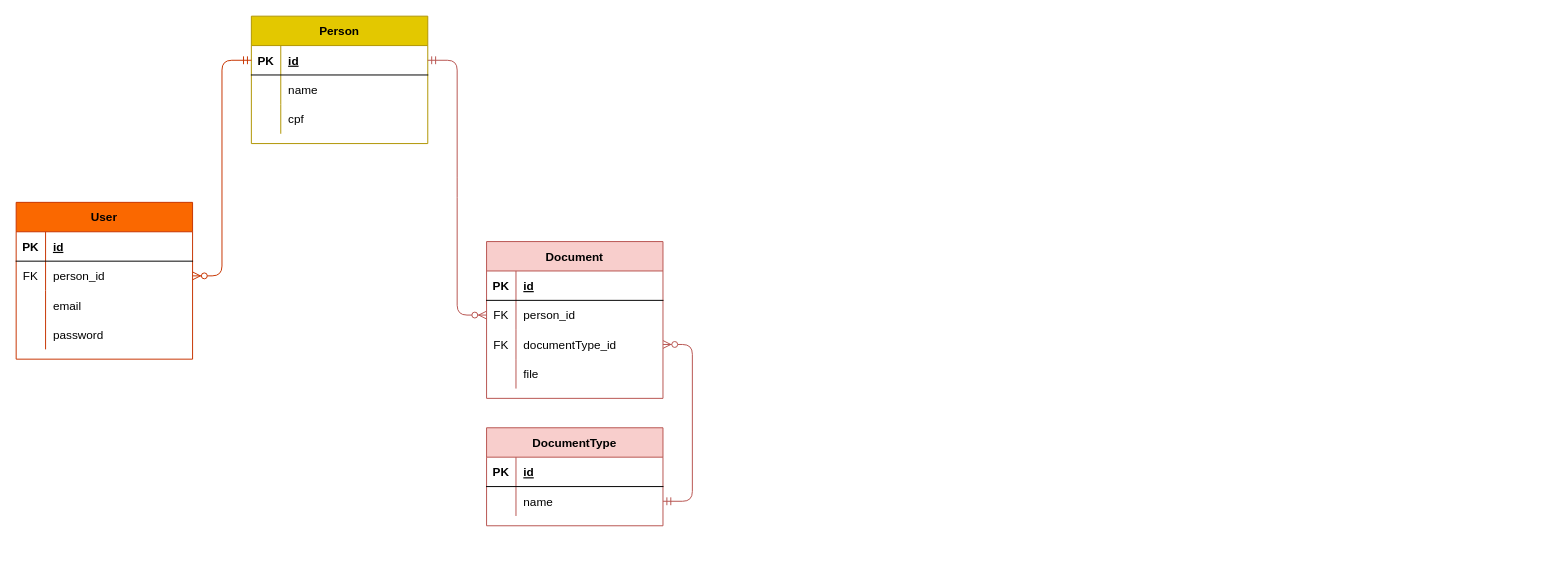
Earlier version of the draw.io diagram page "Geral" (1 of 2) of docs/ModelosER.drawio (annecchini/my-sead-geco). Source tidied: cells renumbered, new cells numbered last; positions are measured from the earlier drawing's top-left corner, leaving out a move shared by most shapes. Both pictures are drawn from the tidied source at 98%, with x=0, y=0 at pixel (16, 16).
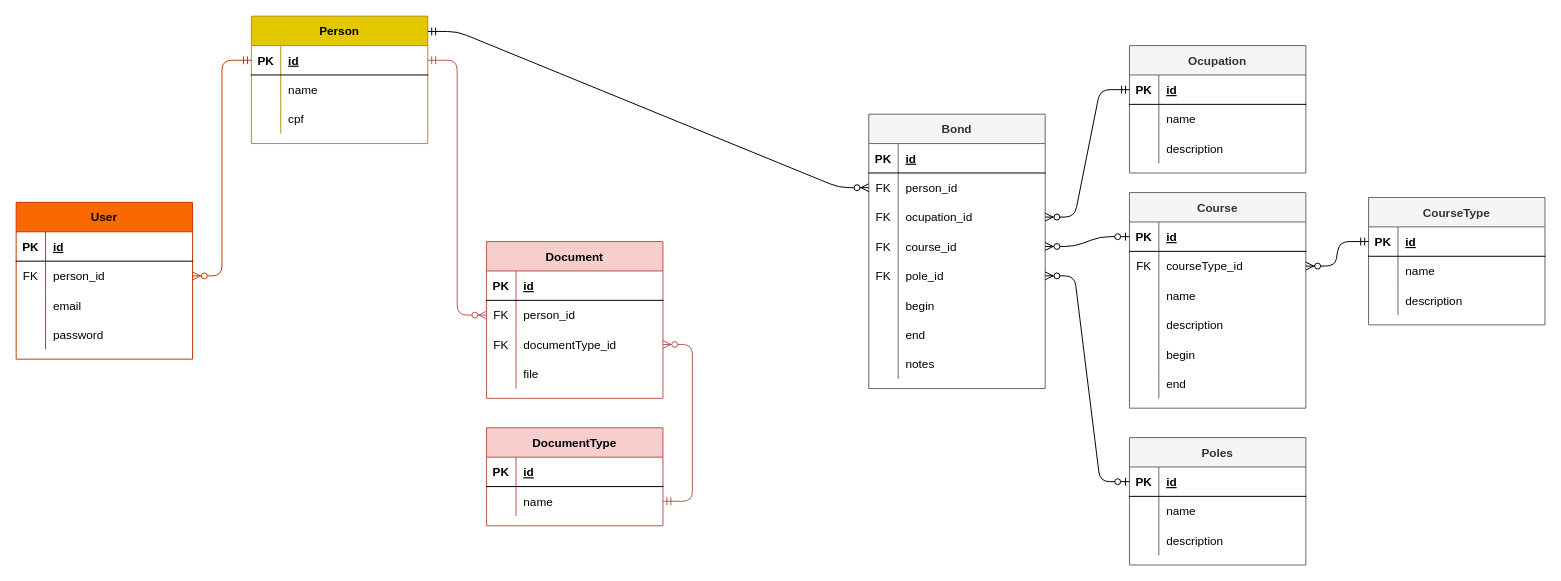
The same page after the edit.

The change refers to these unchanged cells:
```xml
<mxCell id="2" value="Person" style="shape=table;startSize=30;childLayout=tableLayout;rowLines=0;fontStyle=1;align=center;fillColor=#e3c800;strokeColor=#B09500;fontColor=#000000;" parent="1" vertex="1">
  <mxGeometry x="240" width="180" height="130" as="geometry" />
</mxCell>
```

Diff of the diagram source:
```diff
@@
+    <mxCell id="48" value="Bond" style="shape=table;startSize=30;childLayout=tableLayout;rowLines=0;fontStyle=1;align=center;fillColor=#f5f5f5;strokeColor=#666666;fontColor=#333333;" parent="1" vertex="1">
+      <mxGeometry x="870" y="100" width="180" height="280" as="geometry" />
+    </mxCell>
+    <mxCell id="49" style="shape=partialRectangle;fillColor=none;top=0;left=0;bottom=1;right=0;" parent="48" vertex="1">
+      <mxGeometry y="30" width="180" height="30" as="geometry" />
+    </mxCell>
+    <mxCell id="50" value="PK" style="shape=partialRectangle;fillColor=none;top=0;left=0;bottom=0;right=0;fontStyle=1;overflow=hidden;" parent="49" vertex="1">
+      <mxGeometry width="30" height="30" as="geometry" />
+    </mxCell>
+    <mxCell id="51" value="id" style="shape=partialRectangle;fillColor=none;top=0;left=0;bottom=0;right=0;align=left;spacingLeft=6;fontStyle=5;overflow=hidden;" parent="49" vertex="1">
+      <mxGeometry x="30" width="150" height="30" as="geometry" />
+    </mxCell>
+    <mxCell id="52" style="shape=partialRectangle;fillColor=none;top=0;left=0;bottom=0;right=0;points=[[0,0.5],[1,0.5]];portConstraint=eastwest;" parent="48" vertex="1">
+      <mxGeometry y="60" width="180" height="30" as="geometry" />
+    </mxCell>
+    <mxCell id="53" value="FK" style="shape=partialRectangle;fillColor=none;top=0;left=0;bottom=0;right=0;overflow=hidden;" parent="52" vertex="1">
+      <mxGeometry width="30" height="30" as="geometry" />
+    </mxCell>
+    <mxCell id="54" value="person_id" style="shape=partialRectangle;fillColor=none;top=0;left=0;bottom=0;right=0;align=left;spacingLeft=6;overflow=hidden;" parent="52" vertex="1">
+      <mxGeometry x="30" width="150" height="30" as="geometry" />
+    </mxCell>
+    <mxCell id="55" style="shape=partialRectangle;fillColor=none;top=0;left=0;bottom=0;right=0;points=[[0,0.5],[1,0.5]];portConstraint=eastwest;" parent="48" vertex="1">
+      <mxGeometry y="90" width="180" height="30" as="geometry" />
+    </mxCell>
+    <mxCell id="56" value="FK" style="shape=partialRectangle;fillColor=none;top=0;left=0;bottom=0;right=0;overflow=hidden;" parent="55" vertex="1">
+      <mxGeometry width="30" height="30" as="geometry" />
+    </mxCell>
+    <mxCell id="57" value="ocupation_id" style="shape=partialRectangle;fillColor=none;top=0;left=0;bottom=0;right=0;align=left;spacingLeft=6;overflow=hidden;" parent="55" vertex="1">
+      <mxGeometry x="30" width="150" height="30" as="geometry" />
+    </mxCell>
+    <mxCell id="58" style="shape=partialRectangle;fillColor=none;top=0;left=0;bottom=0;right=0;points=[[0,0.5],[1,0.5]];portConstraint=eastwest;" parent="48" vertex="1">
+      <mxGeometry y="120" width="180" height="30" as="geometry" />
+    </mxCell>
+    <mxCell id="59" value="FK" style="shape=partialRectangle;fillColor=none;top=0;left=0;bottom=0;right=0;overflow=hidden;" parent="58" vertex="1">
+      <mxGeometry width="30" height="30" as="geometry" />
+    </mxCell>
+    <mxCell id="60" value="course_id" style="shape=partialRectangle;fillColor=none;top=0;left=0;bottom=0;right=0;align=left;spacingLeft=6;overflow=hidden;" parent="58" vertex="1">
+      <mxGeometry x="30" width="150" height="30" as="geometry" />
+    </mxCell>
+    <mxCell id="61" style="shape=partialRectangle;fillColor=none;top=0;left=0;bottom=0;right=0;points=[[0,0.5],[1,0.5]];portConstraint=eastwest;" parent="48" vertex="1">
+      <mxGeometry y="150" width="180" height="30" as="geometry" />
+    </mxCell>
+    <mxCell id="62" value="FK" style="shape=partialRectangle;fillColor=none;top=0;left=0;bottom=0;right=0;overflow=hidden;" parent="61" vertex="1">
+      <mxGeometry width="30" height="30" as="geometry" />
+    </mxCell>
+    <mxCell id="63" value="pole_id" style="shape=partialRectangle;fillColor=none;top=0;left=0;bottom=0;right=0;align=left;spacingLeft=6;overflow=hidden;" parent="61" vertex="1">
+      <mxGeometry x="30" width="150" height="30" as="geometry" />
+    </mxCell>
+    <mxCell id="64" style="shape=partialRectangle;fillColor=none;top=0;left=0;bottom=0;right=0;" parent="48" vertex="1">
+      <mxGeometry y="180" width="180" height="30" as="geometry" />
+    </mxCell>
+    <mxCell id="65" style="shape=partialRectangle;fillColor=none;top=0;left=0;bottom=0;right=0;overflow=hidden;" parent="64" vertex="1">
+      <mxGeometry width="30" height="30" as="geometry" />
+    </mxCell>
+    <mxCell id="66" value="begin" style="shape=partialRectangle;fillColor=none;top=0;left=0;bottom=0;right=0;align=left;spacingLeft=6;overflow=hidden;" parent="64" vertex="1">
+      <mxGeometry x="30" width="150" height="30" as="geometry" />
+    </mxCell>
+    <mxCell id="67" style="shape=partialRectangle;fillColor=none;top=0;left=0;bottom=0;right=0;" parent="48" vertex="1">
+      <mxGeometry y="210" width="180" height="30" as="geometry" />
+    </mxCell>
+    <mxCell id="68" style="shape=partialRectangle;fillColor=none;top=0;left=0;bottom=0;right=0;overflow=hidden;" parent="67" vertex="1">
+      <mxGeometry width="30" height="30" as="geometry" />
+    </mxCell>
+    <mxCell id="69" value="end" style="shape=partialRectangle;fillColor=none;top=0;left=0;bottom=0;right=0;align=left;spacingLeft=6;overflow=hidden;" parent="67" vertex="1">
+      <mxGeometry x="30" width="150" height="30" as="geometry" />
+    </mxCell>
+    <mxCell id="70" style="shape=partialRectangle;fillColor=none;top=0;left=0;bottom=0;right=0;" parent="48" vertex="1">
+      <mxGeometry y="240" width="180" height="30" as="geometry" />
+    </mxCell>
+    <mxCell id="71" style="shape=partialRectangle;fillColor=none;top=0;left=0;bottom=0;right=0;overflow=hidden;" parent="70" vertex="1">
+      <mxGeometry width="30" height="30" as="geometry" />
+    </mxCell>
+    <mxCell id="72" value="notes" style="shape=partialRectangle;fillColor=none;top=0;left=0;bottom=0;right=0;align=left;spacingLeft=6;overflow=hidden;" parent="70" vertex="1">
+      <mxGeometry x="30" width="150" height="30" as="geometry" />
+    </mxCell>
+    <mxCell id="73" value="Ocupation" style="shape=table;startSize=30;childLayout=tableLayout;rowLines=0;fontStyle=1;align=center;fillColor=#f5f5f5;strokeColor=#666666;fontColor=#333333;" parent="1" vertex="1">
+      <mxGeometry x="1136" y="30" width="180" height="130" as="geometry" />
+    </mxCell>
+    <mxCell id="74" style="shape=partialRectangle;fillColor=none;top=0;left=0;bottom=1;right=0;points=[[0,0.5],[1,0.5]];portConstraint=eastwest;" parent="73" vertex="1">
+      <mxGeometry y="30" width="180" height="30" as="geometry" />
+    </mxCell>
+    <mxCell id="75" value="PK" style="shape=partialRectangle;fillColor=none;top=0;left=0;bottom=0;right=0;fontStyle=1;overflow=hidden;" parent="74" vertex="1">
+      <mxGeometry width="30" height="30" as="geometry" />
+    </mxCell>
+    <mxCell id="76" value="id" style="shape=partialRectangle;fillColor=none;top=0;left=0;bottom=0;right=0;align=left;spacingLeft=6;fontStyle=5;overflow=hidden;" parent="74" vertex="1">
+      <mxGeometry x="30" width="150" height="30" as="geometry" />
+    </mxCell>
+    <mxCell id="77" style="shape=partialRectangle;fillColor=none;top=0;left=0;bottom=0;right=0;" parent="73" vertex="1">
+      <mxGeometry y="60" width="180" height="30" as="geometry" />
+    </mxCell>
+    <mxCell id="78" style="shape=partialRectangle;fillColor=none;top=0;left=0;bottom=0;right=0;overflow=hidden;" parent="77" vertex="1">
+      <mxGeometry width="30" height="30" as="geometry" />
+    </mxCell>
+    <mxCell id="79" value="name" style="shape=partialRectangle;fillColor=none;top=0;left=0;bottom=0;right=0;align=left;spacingLeft=6;overflow=hidden;" parent="77" vertex="1">
+      <mxGeometry x="30" width="150" height="30" as="geometry" />
+    </mxCell>
+    <mxCell id="80" style="shape=partialRectangle;fillColor=none;top=0;left=0;bottom=0;right=0;" parent="73" vertex="1">
+      <mxGeometry y="90" width="180" height="30" as="geometry" />
+    </mxCell>
+    <mxCell id="81" style="shape=partialRectangle;fillColor=none;top=0;left=0;bottom=0;right=0;overflow=hidden;" parent="80" vertex="1">
+      <mxGeometry width="30" height="30" as="geometry" />
+    </mxCell>
+    <mxCell id="82" value="description" style="shape=partialRectangle;fillColor=none;top=0;left=0;bottom=0;right=0;align=left;spacingLeft=6;overflow=hidden;" parent="80" vertex="1">
+      <mxGeometry x="30" width="150" height="30" as="geometry" />
+    </mxCell>
+    <mxCell id="83" value="Course" style="shape=table;startSize=30;childLayout=tableLayout;rowLines=0;fontStyle=1;align=center;fillColor=#f5f5f5;strokeColor=#666666;fontColor=#333333;" parent="1" vertex="1">
+      <mxGeometry x="1136" y="180" width="180" height="220" as="geometry" />
+    </mxCell>
+    <mxCell id="84" style="shape=partialRectangle;fillColor=none;top=0;left=0;bottom=1;right=0;points=[[0,0.5],[1,0.5]];portConstraint=eastwest;" parent="83" vertex="1">
+      <mxGeometry y="30" width="180" height="30" as="geometry" />
+    </mxCell>
+    <mxCell id="85" value="PK" style="shape=partialRectangle;fillColor=none;top=0;left=0;bottom=0;right=0;fontStyle=1;overflow=hidden;" parent="84" vertex="1">
+      <mxGeometry width="30" height="30" as="geometry" />
+    </mxCell>
+    <mxCell id="86" value="id" style="shape=partialRectangle;fillColor=none;top=0;left=0;bottom=0;right=0;align=left;spacingLeft=6;fontStyle=5;overflow=hidden;" parent="84" vertex="1">
+      <mxGeometry x="30" width="150" height="30" as="geometry" />
+    </mxCell>
+    <mxCell id="87" style="shape=partialRectangle;fillColor=none;top=0;left=0;bottom=0;right=0;points=[[0,0.5],[1,0.5]];portConstraint=eastwest;" parent="83" vertex="1">
+      <mxGeometry y="60" width="180" height="30" as="geometry" />
+    </mxCell>
+    <mxCell id="88" value="FK" style="shape=partialRectangle;fillColor=none;top=0;left=0;bottom=0;right=0;overflow=hidden;" parent="87" vertex="1">
+      <mxGeometry width="30" height="30" as="geometry" />
+    </mxCell>
+    <mxCell id="89" value="courseType_id" style="shape=partialRectangle;fillColor=none;top=0;left=0;bottom=0;right=0;align=left;spacingLeft=6;overflow=hidden;" parent="87" vertex="1">
+      <mxGeometry x="30" width="150" height="30" as="geometry" />
+    </mxCell>
+    <mxCell id="90" style="shape=partialRectangle;fillColor=none;top=0;left=0;bottom=0;right=0;" parent="83" vertex="1">
+      <mxGeometry y="90" width="180" height="30" as="geometry" />
+    </mxCell>
+    <mxCell id="91" style="shape=partialRectangle;fillColor=none;top=0;left=0;bottom=0;right=0;overflow=hidden;" parent="90" vertex="1">
+      <mxGeometry width="30" height="30" as="geometry" />
+    </mxCell>
+    <mxCell id="92" value="name" style="shape=partialRectangle;fillColor=none;top=0;left=0;bottom=0;right=0;align=left;spacingLeft=6;overflow=hidden;" parent="90" vertex="1">
+      <mxGeometry x="30" width="150" height="30" as="geometry" />
+    </mxCell>
+    <mxCell id="93" style="shape=partialRectangle;fillColor=none;top=0;left=0;bottom=0;right=0;" parent="83" vertex="1">
+      <mxGeometry y="120" width="180" height="30" as="geometry" />
+    </mxCell>
+    <mxCell id="94" style="shape=partialRectangle;fillColor=none;top=0;left=0;bottom=0;right=0;overflow=hidden;" parent="93" vertex="1">
+      <mxGeometry width="30" height="30" as="geometry" />
+    </mxCell>
+    <mxCell id="95" value="description" style="shape=partialRectangle;fillColor=none;top=0;left=0;bottom=0;right=0;align=left;spacingLeft=6;overflow=hidden;" parent="93" vertex="1">
+      <mxGeometry x="30" width="150" height="30" as="geometry" />
+    </mxCell>
+    <mxCell id="96" style="shape=partialRectangle;fillColor=none;top=0;left=0;bottom=0;right=0;" parent="83" vertex="1">
+      <mxGeometry y="150" width="180" height="30" as="geometry" />
+    </mxCell>
+    <mxCell id="97" style="shape=partialRectangle;fillColor=none;top=0;left=0;bottom=0;right=0;overflow=hidden;" parent="96" vertex="1">
+      <mxGeometry width="30" height="30" as="geometry" />
+    </mxCell>
+    <mxCell id="98" value="begin" style="shape=partialRectangle;fillColor=none;top=0;left=0;bottom=0;right=0;align=left;spacingLeft=6;overflow=hidden;" parent="96" vertex="1">
+      <mxGeometry x="30" width="150" height="30" as="geometry" />
+    </mxCell>
+    <mxCell id="99" style="shape=partialRectangle;fillColor=none;top=0;left=0;bottom=0;right=0;" parent="83" vertex="1">
+      <mxGeometry y="180" width="180" height="30" as="geometry" />
+    </mxCell>
+    <mxCell id="100" style="shape=partialRectangle;fillColor=none;top=0;left=0;bottom=0;right=0;overflow=hidden;" parent="99" vertex="1">
+      <mxGeometry width="30" height="30" as="geometry" />
+    </mxCell>
+    <mxCell id="101" value="end" style="shape=partialRectangle;fillColor=none;top=0;left=0;bottom=0;right=0;align=left;spacingLeft=6;overflow=hidden;" parent="99" vertex="1">
+      <mxGeometry x="30" width="150" height="30" as="geometry" />
+    </mxCell>
+    <mxCell id="102" value="CourseType" style="shape=table;startSize=30;childLayout=tableLayout;rowLines=0;fontStyle=1;align=center;fillColor=#f5f5f5;strokeColor=#666666;fontColor=#333333;" parent="1" vertex="1">
+      <mxGeometry x="1380" y="185" width="180" height="130" as="geometry" />
+    </mxCell>
+    <mxCell id="103" style="shape=partialRectangle;fillColor=none;top=0;left=0;bottom=1;right=0;points=[[0,0.5],[1,0.5]];portConstraint=eastwest;" parent="102" vertex="1">
+      <mxGeometry y="30" width="180" height="30" as="geometry" />
+    </mxCell>
+    <mxCell id="104" value="PK" style="shape=partialRectangle;fillColor=none;top=0;left=0;bottom=0;right=0;fontStyle=1;overflow=hidden;" parent="103" vertex="1">
+      <mxGeometry width="30" height="30" as="geometry" />
+    </mxCell>
+    <mxCell id="105" value="id" style="shape=partialRectangle;fillColor=none;top=0;left=0;bottom=0;right=0;align=left;spacingLeft=6;fontStyle=5;overflow=hidden;" parent="103" vertex="1">
+      <mxGeometry x="30" width="150" height="30" as="geometry" />
+    </mxCell>
+    <mxCell id="106" style="shape=partialRectangle;fillColor=none;top=0;left=0;bottom=0;right=0;" parent="102" vertex="1">
+      <mxGeometry y="60" width="180" height="30" as="geometry" />
+    </mxCell>
+    <mxCell id="107" style="shape=partialRectangle;fillColor=none;top=0;left=0;bottom=0;right=0;overflow=hidden;" parent="106" vertex="1">
+      <mxGeometry width="30" height="30" as="geometry" />
+    </mxCell>
+    <mxCell id="108" value="name" style="shape=partialRectangle;fillColor=none;top=0;left=0;bottom=0;right=0;align=left;spacingLeft=6;overflow=hidden;" parent="106" vertex="1">
+      <mxGeometry x="30" width="150" height="30" as="geometry" />
+    </mxCell>
+    <mxCell id="109" style="shape=partialRectangle;fillColor=none;top=0;left=0;bottom=0;right=0;" parent="102" vertex="1">
+      <mxGeometry y="90" width="180" height="30" as="geometry" />
+    </mxCell>
+    <mxCell id="110" style="shape=partialRectangle;fillColor=none;top=0;left=0;bottom=0;right=0;overflow=hidden;" parent="109" vertex="1">
+      <mxGeometry width="30" height="30" as="geometry" />
+    </mxCell>
+    <mxCell id="111" value="description" style="shape=partialRectangle;fillColor=none;top=0;left=0;bottom=0;right=0;align=left;spacingLeft=6;overflow=hidden;" parent="109" vertex="1">
+      <mxGeometry x="30" width="150" height="30" as="geometry" />
+    </mxCell>
+    <mxCell id="112" style="edgeStyle=entityRelationEdgeStyle;fontSize=12;html=1;endArrow=ERzeroToMany;startArrow=ERmandOne;entryX=1;entryY=0.5;entryDx=0;entryDy=0;startFill=0;" parent="1" edge="1" source="103" target="87">
+      <mxGeometry relative="1" as="geometry" />
+    </mxCell>
+    <mxCell id="113" value="Poles" style="shape=table;startSize=30;childLayout=tableLayout;rowLines=0;fontStyle=1;align=center;fillColor=#f5f5f5;strokeColor=#666666;fontColor=#333333;" parent="1" vertex="1">
+      <mxGeometry x="1136" y="430" width="180" height="130" as="geometry" />
+    </mxCell>
+    <mxCell id="114" style="shape=partialRectangle;fillColor=none;top=0;left=0;bottom=1;right=0;points=[[0,0.5],[1,0.5]];portConstraint=eastwest;" parent="113" vertex="1">
+      <mxGeometry y="30" width="180" height="30" as="geometry" />
+    </mxCell>
+    <mxCell id="115" value="PK" style="shape=partialRectangle;fillColor=none;top=0;left=0;bottom=0;right=0;fontStyle=1;overflow=hidden;" parent="114" vertex="1">
+      <mxGeometry width="30" height="30" as="geometry" />
+    </mxCell>
+    <mxCell id="116" value="id" style="shape=partialRectangle;fillColor=none;top=0;left=0;bottom=0;right=0;align=left;spacingLeft=6;fontStyle=5;overflow=hidden;" parent="114" vertex="1">
+      <mxGeometry x="30" width="150" height="30" as="geometry" />
+    </mxCell>
+    <mxCell id="117" style="shape=partialRectangle;fillColor=none;top=0;left=0;bottom=0;right=0;" parent="113" vertex="1">
+      <mxGeometry y="60" width="180" height="30" as="geometry" />
+    </mxCell>
+    <mxCell id="118" style="shape=partialRectangle;fillColor=none;top=0;left=0;bottom=0;right=0;overflow=hidden;" parent="117" vertex="1">
+      <mxGeometry width="30" height="30" as="geometry" />
+    </mxCell>
+    <mxCell id="119" value="name" style="shape=partialRectangle;fillColor=none;top=0;left=0;bottom=0;right=0;align=left;spacingLeft=6;overflow=hidden;" parent="117" vertex="1">
+      <mxGeometry x="30" width="150" height="30" as="geometry" />
+    </mxCell>
+    <mxCell id="120" style="shape=partialRectangle;fillColor=none;top=0;left=0;bottom=0;right=0;" parent="113" vertex="1">
+      <mxGeometry y="90" width="180" height="30" as="geometry" />
+    </mxCell>
+    <mxCell id="121" style="shape=partialRectangle;fillColor=none;top=0;left=0;bottom=0;right=0;overflow=hidden;" parent="120" vertex="1">
+      <mxGeometry width="30" height="30" as="geometry" />
+    </mxCell>
+    <mxCell id="122" value="description" style="shape=partialRectangle;fillColor=none;top=0;left=0;bottom=0;right=0;align=left;spacingLeft=6;overflow=hidden;" parent="120" vertex="1">
+      <mxGeometry x="30" width="150" height="30" as="geometry" />
+    </mxCell>
+    <mxCell id="123" style="edgeStyle=entityRelationEdgeStyle;fontSize=12;html=1;endArrow=ERzeroToMany;startArrow=ERmandOne;exitX=0;exitY=0.5;exitDx=0;exitDy=0;" parent="1" edge="1" source="74" target="55">
+      <mxGeometry relative="1" as="geometry" />
+    </mxCell>
+    <mxCell id="124" style="edgeStyle=entityRelationEdgeStyle;fontSize=12;html=1;endArrow=ERzeroToMany;startArrow=ERzeroToOne;exitX=0;exitY=0.5;exitDx=0;exitDy=0;entryX=1;entryY=0.5;entryDx=0;entryDy=0;startFill=1;" parent="1" edge="1" source="84" target="58">
+      <mxGeometry relative="1" as="geometry" />
+    </mxCell>
+    <mxCell id="125" style="edgeStyle=entityRelationEdgeStyle;fontSize=12;html=1;endArrow=ERzeroToMany;startArrow=ERzeroToOne;exitX=0;exitY=0.5;exitDx=0;exitDy=0;entryX=1;entryY=0.5;entryDx=0;entryDy=0;startFill=1;" parent="1" edge="1" source="114" target="61">
+      <mxGeometry relative="1" as="geometry" />
+    </mxCell>
+    <mxCell id="126" style="edgeStyle=entityRelationEdgeStyle;fontSize=12;html=1;endArrow=ERzeroToMany;startArrow=ERmandOne;exitX=1;exitY=0.12;exitDx=0;exitDy=0;entryX=0;entryY=0.5;entryDx=0;entryDy=0;exitPerimeter=0;" parent="1" edge="1" source="2" target="52">
+      <mxGeometry relative="1" as="geometry" />
+    </mxCell>
```
